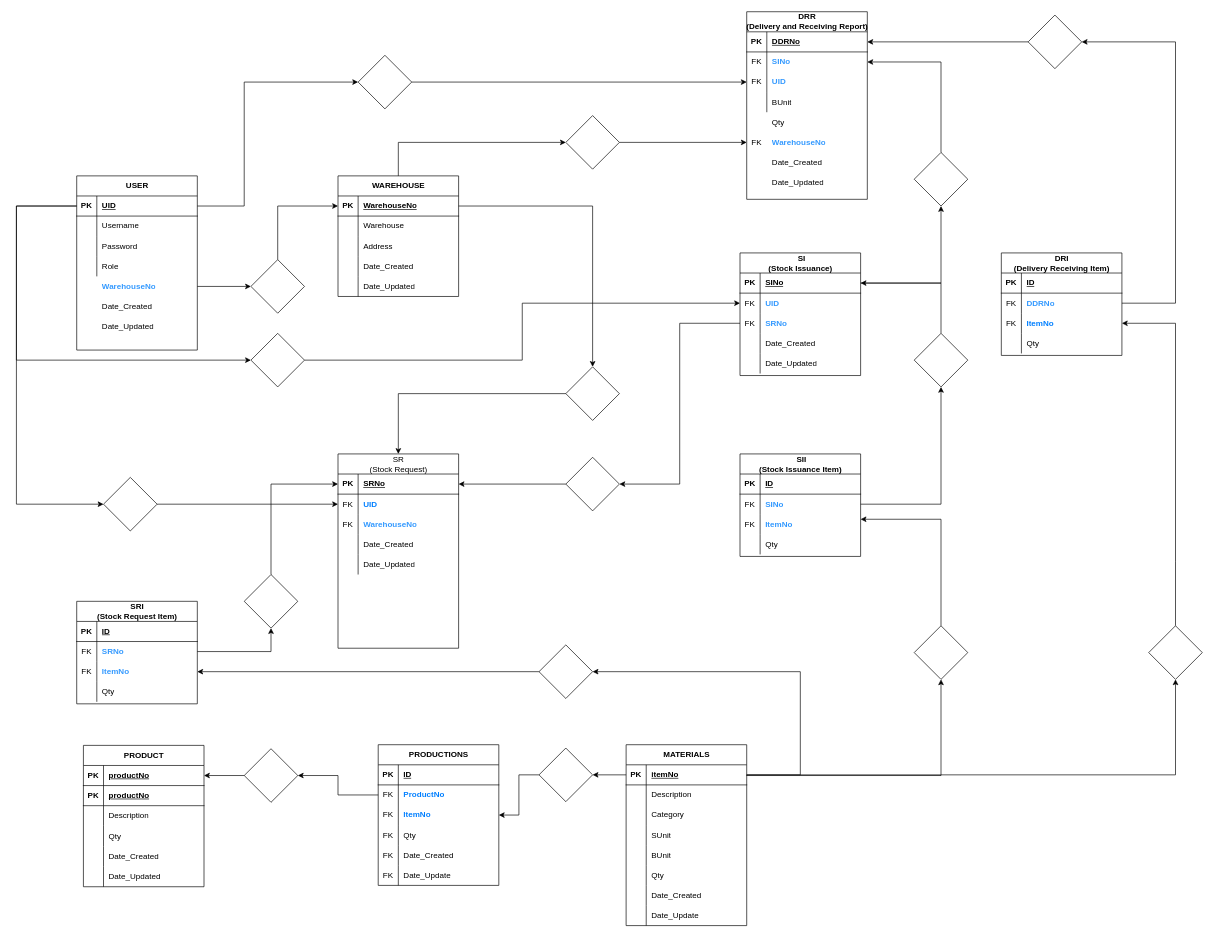
Earlier version of the draw.io diagram Diagram.drawio (ediangca/ACES-POS). Source tidied: cells renumbered, new cells numbered last; positions are measured from the earlier drawing's top-left corner, leaving out a move shared by most shapes. Both pictures are drawn from the tidied source at 67%, with x=0, y=0 at pixel (16, 11).
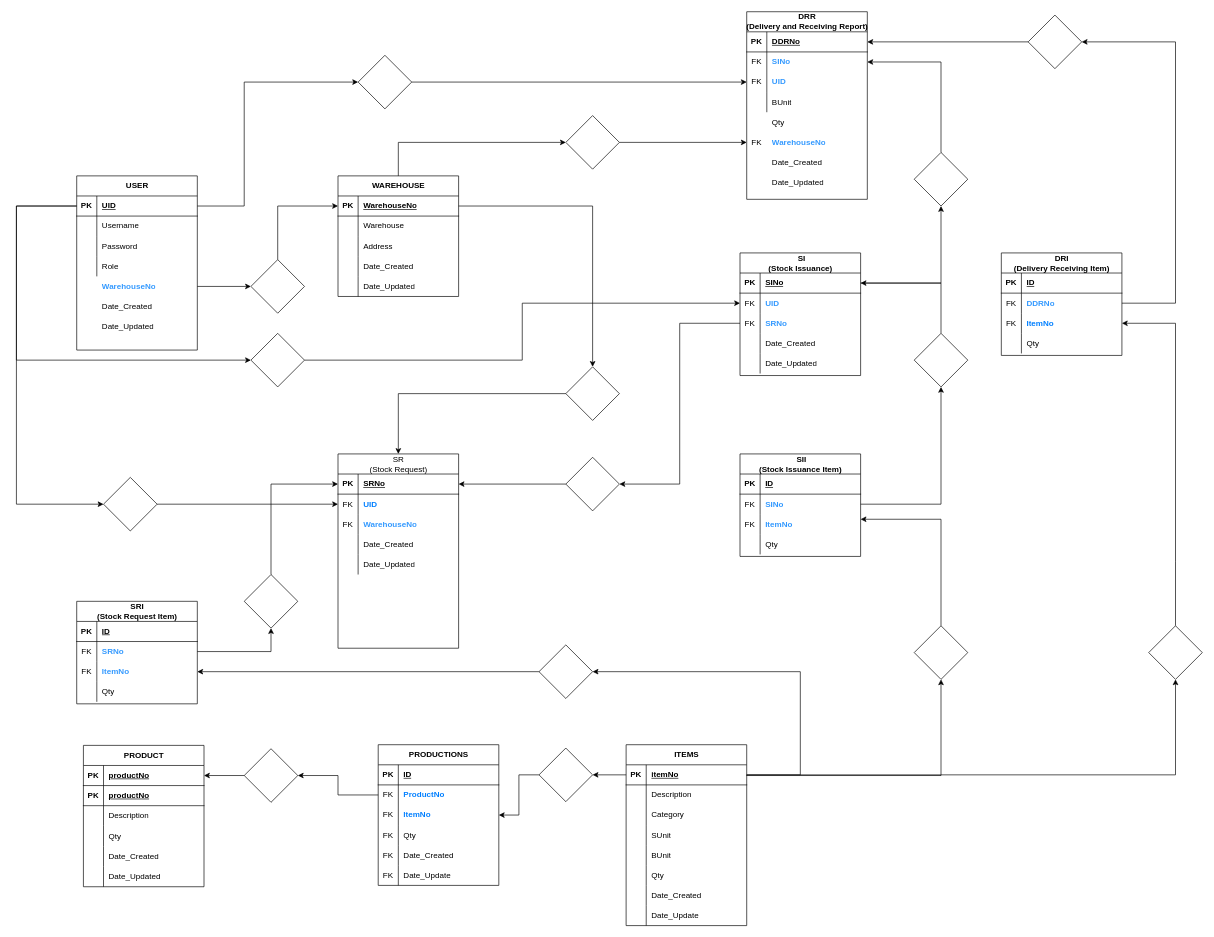
Above is the later version.

The change refers to these unchanged cells:
```xml
<mxCell id="49" style="group;" parent="1" vertex="1">
  <mxGeometry x="910" y="1094" width="180" height="261" as="geometry" />
</mxCell>
```

The edit, as a diff of the source:
```diff
@@
-    <mxCell id="50" value="MATERIALS" style="shape=table;startSize=30;childLayout=tableLayout;rowLines=0;fontStyle=1;align=center;html=1;" parent="49" vertex="1">
+    <mxCell id="50" value="ITEMS" style="shape=table;startSize=30;childLayout=tableLayout;rowLines=0;fontStyle=1;align=center;html=1;" parent="49" vertex="1">
       <mxGeometry width="180" height="270" as="geometry" />
     </mxCell>
```
